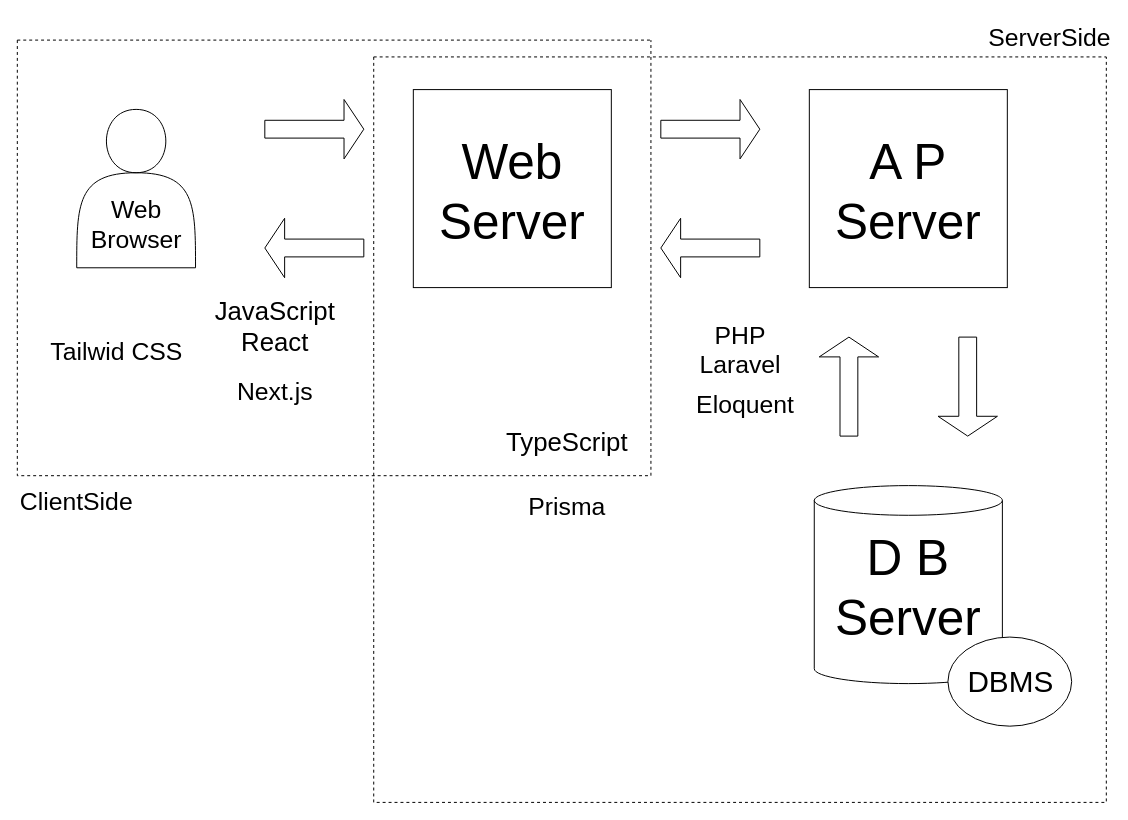
This is WebProgramming/web.drawio from kei615ykhm/learning-record, a draw.io file, before an edit. Source tidied: cells renumbered, new cells numbered last; positions are measured from the earlier drawing's top-left corner, leaving out a move shared by most shapes. Both pictures are drawn from the tidied source at 99%, with x=0, y=0 at pixel (17, 20).
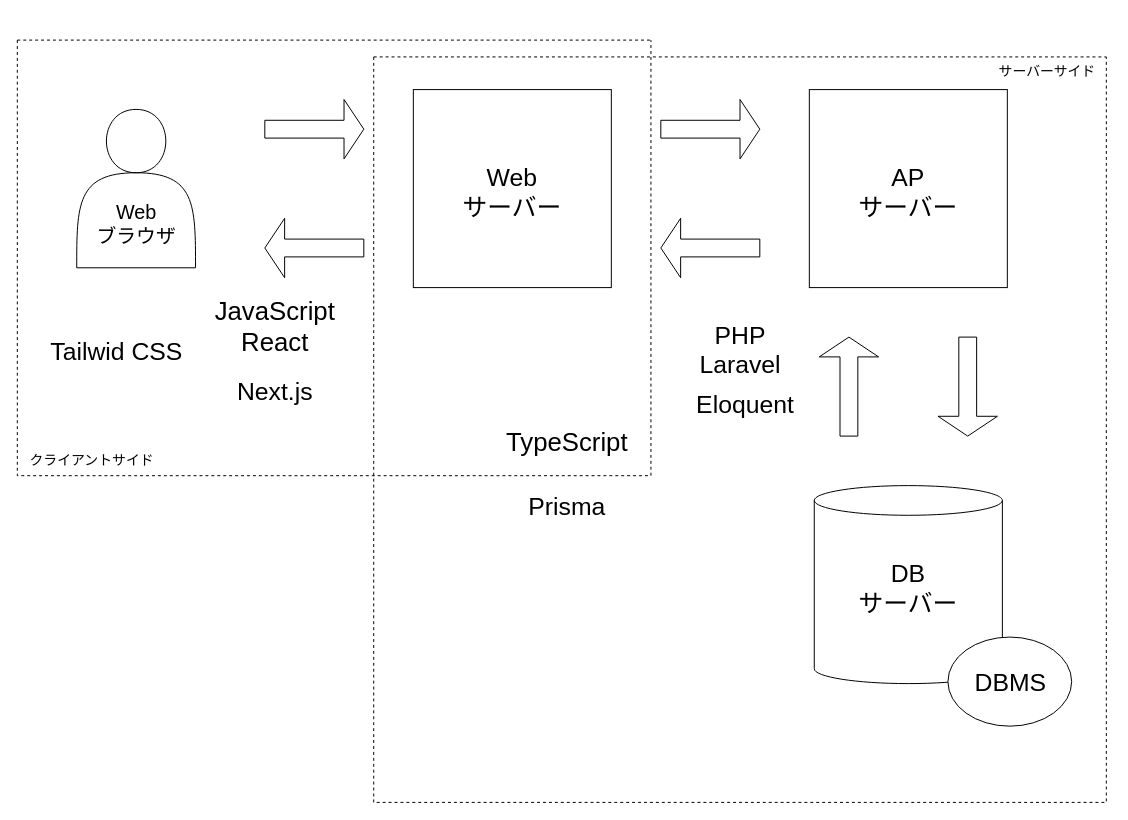
After the change.

Commit message:
一部の用語を日本語に変更

The change refers to these unchanged cells:
```xml
<mxCell id="5" style="swimlane;startSize=0;dashed=1;" parent="1" vertex="1">
  <mxGeometry y="20" width="640" height="440" as="geometry" />
</mxCell>
```

What changed in the source:
```diff
@@
-    <mxCell id="10" value="Web&lt;br&gt;Browser" style="text;html=1;align=center;verticalAlign=middle;strokeColor=none;fillColor=none;fontSize=25;" parent="5" vertex="1">
-      <mxGeometry x="60" y="150" width="120" height="70" as="geometry" />
+    <mxCell id="10" value="Web&lt;br&gt;ブラウザ" style="text;html=1;align=center;verticalAlign=middle;strokeColor=none;fillColor=none;fontSize=20;" parent="5" vertex="1">
+      <mxGeometry x="70" y="155" width="100" height="60" as="geometry" />
     </mxCell>
+    <mxCell id="29" value="クライアントサイド" style="text;html=1;align=center;verticalAlign=middle;strokeColor=none;fillColor=none;fontSize=14;" parent="5" vertex="1">
+      <mxGeometry y="410" width="150" height="30" as="geometry" />
+    </mxCell>
-    <mxCell id="11" style="swimlane;startSize=0;dashed=1;" parent="1" vertex="1">
+    <mxCell id="11" style="swimlane;startSize=0;dashed=1;fontSize=9;" parent="1" vertex="1">
       <mxGeometry x="360" y="37" width="740" height="753" as="geometry" />
     </mxCell>
-    <mxCell id="12" value="Web Server" style="text;html=1;strokeColor=none;fillColor=none;align=center;verticalAlign=middle;whiteSpace=wrap;rounded=0;fontSize=50;" parent="11" vertex="1">
+    <mxCell id="12" value="Web&lt;br style=&quot;font-size: 25px;&quot;&gt;サーバー" style="text;html=1;strokeColor=none;fillColor=none;align=center;verticalAlign=middle;whiteSpace=wrap;rounded=0;fontSize=25;" parent="11" vertex="1">
       <mxGeometry x="85" y="103" width="110" height="65" as="geometry" />
     </mxCell>
-    <mxCell id="13" value="A P Server" style="text;html=1;strokeColor=none;fillColor=none;align=center;verticalAlign=middle;whiteSpace=wrap;rounded=0;fontSize=50;" parent="11" vertex="1">
+    <mxCell id="13" value="AP&lt;br&gt;サーバー" style="text;html=1;strokeColor=none;fillColor=none;align=center;verticalAlign=middle;whiteSpace=wrap;rounded=0;fontSize=25;" parent="11" vertex="1">
       <mxGeometry x="485" y="103" width="110" height="65" as="geometry" />
     </mxCell>
-    <mxCell id="14" value="D B Server" style="text;html=1;strokeColor=none;fillColor=none;align=center;verticalAlign=middle;whiteSpace=wrap;rounded=0;fontSize=50;" parent="11" vertex="1">
-      <mxGeometry x="485" y="503" width="110" height="65" as="geometry" />
-    </mxCell>
@@
-    <mxCell id="16" value="DBMS" style="text;html=1;align=center;verticalAlign=middle;strokeColor=none;fillColor=none;fontSize=30;" parent="11" vertex="1">
-      <mxGeometry x="587.5" y="606" width="110" height="50" as="geometry" />
+    <mxCell id="16" value="DBMS" style="text;html=1;align=center;verticalAlign=middle;strokeColor=none;fillColor=none;fontSize=25;" parent="11" vertex="1">
+      <mxGeometry x="592.5" y="611" width="100" height="40" as="geometry" />
     </mxCell>
@@
+    <mxCell id="30" value="サーバーサイド" style="text;html=1;align=center;verticalAlign=middle;strokeColor=none;fillColor=none;fontSize=14;" parent="11" vertex="1">
+      <mxGeometry x="620" width="120" height="30" as="geometry" />
+    </mxCell>
@@
-    <mxCell id="27" value="&lt;font style=&quot;font-size: 25px;&quot;&gt;ServerSide&lt;/font&gt;" style="text;html=1;strokeColor=none;fillColor=none;align=center;verticalAlign=middle;whiteSpace=wrap;rounded=0;fontSize=30;" parent="1" vertex="1">
-      <mxGeometry x="1012.5" width="60" height="30" as="geometry" />
-    </mxCell>
-    <mxCell id="28" value="ClientSide" style="text;html=1;strokeColor=none;fillColor=none;align=center;verticalAlign=middle;whiteSpace=wrap;rounded=0;fontSize=25;fontStyle=0;labelBorderColor=none;" parent="1" vertex="1">
-      <mxGeometry x="30" y="470" width="60" height="30" as="geometry" />
-    </mxCell>
+    <mxCell id="31" value="DB&lt;br&gt;サーバー" style="text;html=1;strokeColor=none;fillColor=none;align=center;verticalAlign=middle;whiteSpace=wrap;rounded=0;fontSize=25;" parent="1" vertex="1">
+      <mxGeometry x="845" y="540" width="110" height="65" as="geometry" />
+    </mxCell>
```
